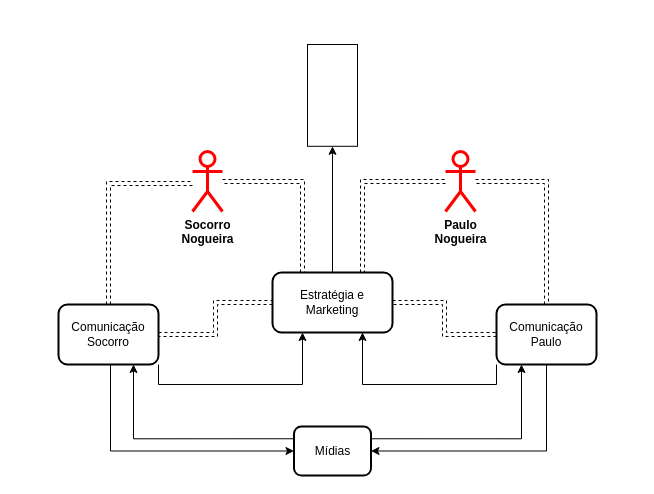
marcusgoms/aprendendo-python keeps this draw.io diagram as Diagrama sem nome.drawio. Above is the earlier version. Source tidied: cells renumbered, new cells numbered last; positions are measured from the earlier drawing's top-left corner, leaving out a move shared by most shapes. Both pictures are drawn from the tidied source at 100%, with x=0, y=0 at pixel (58, 44).
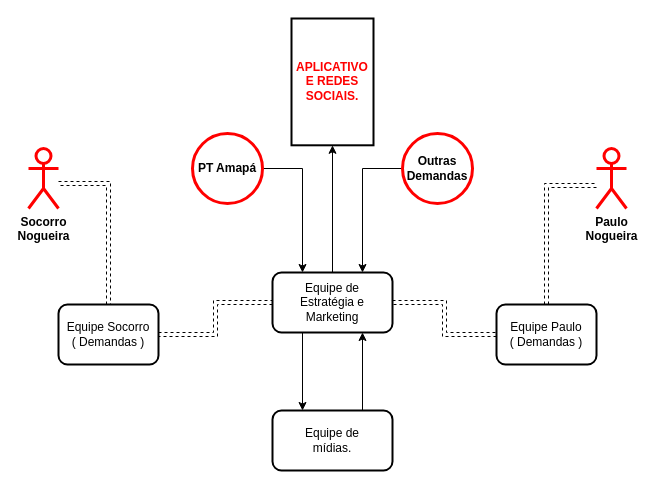
The same diagram, later.

What changed in the source:
```diff
@@
-    <mxCell id="2" style="edgeStyle=orthogonalEdgeStyle;rounded=0;jettySize=auto;html=1;entryX=0.25;entryY=0;entryDx=0;entryDy=0;shape=link;dashed=1;strokeWidth=1;" parent="1" edge="1" source="4" target="9">
-      <mxGeometry relative="1" as="geometry" />
-    </mxCell>
@@
     <mxCell id="4" value="&lt;b&gt;Socorro&lt;br&gt;Nogueira&lt;/b&gt;" style="shape=umlActor;verticalLabelPosition=bottom;verticalAlign=top;html=1;outlineConnect=0;strokeWidth=3;fillColor=none;strokeColor=#ff0000;" parent="1" vertex="1">
-      <mxGeometry x="134" y="107" width="30" height="60" as="geometry" />
+      <mxGeometry x="-30" y="104" width="30" height="60" as="geometry" />
     </mxCell>
-    <mxCell id="5" style="edgeStyle=orthogonalEdgeStyle;rounded=0;jettySize=auto;html=1;entryX=0.75;entryY=0;entryDx=0;entryDy=0;dashed=1;shape=link;strokeWidth=1;" parent="1" edge="1" source="7" target="9">
-      <mxGeometry relative="1" as="geometry" />
-    </mxCell>
     <mxCell id="6" style="edgeStyle=orthogonalEdgeStyle;rounded=0;jettySize=auto;html=1;dashed=1;strokeWidth=1;shape=link;" parent="1" edge="1" source="7" target="13">
-      <mxGeometry relative="1" as="geometry" />
+      <mxGeometry relative="1" as="geometry">
+        <Array as="points">
+          <mxPoint x="488" y="141" />
+        </Array>
+      </mxGeometry>
     </mxCell>
     <mxCell id="7" value="&lt;b&gt;Paulo&lt;br&gt;Nogueira&lt;/b&gt;" style="shape=umlActor;verticalLabelPosition=bottom;verticalAlign=top;html=1;outlineConnect=0;strokeWidth=3;fillColor=none;strokeColor=#ff0000;" parent="1" vertex="1">
-      <mxGeometry x="387" y="107" width="30" height="60" as="geometry" />
+      <mxGeometry x="538" y="104" width="30" height="60" as="geometry" />
     </mxCell>
@@
+    <mxCell id="22" style="edgeStyle=orthogonalEdgeStyle;rounded=0;jettySize=auto;html=1;exitX=0.25;exitY=1;exitDx=0;exitDy=0;entryX=0.25;entryY=0;entryDx=0;entryDy=0;" parent="1" edge="1" source="9" target="24">
+      <mxGeometry relative="1" as="geometry" />
+    </mxCell>
-    <mxCell id="9" value="Estratégia e Marketing" style="rounded=1;whiteSpace=wrap;html=1;strokeWidth=2;" parent="1" vertex="1">
+    <mxCell id="9" value="Equipe de &lt;br&gt;Estratégia e Marketing" style="rounded=1;whiteSpace=wrap;html=1;strokeWidth=2;" parent="1" vertex="1">
       <mxGeometry x="214" y="228" width="120" height="60" as="geometry" />
     </mxCell>
@@
-    <mxCell id="11" style="edgeStyle=orthogonalEdgeStyle;rounded=0;jettySize=auto;html=1;entryX=1;entryY=0.5;entryDx=0;entryDy=0;exitX=0.5;exitY=1;exitDx=0;exitDy=0;strokeWidth=1;" parent="1" edge="1" source="13" target="20">
-      <mxGeometry relative="1" as="geometry" />
-    </mxCell>
-    <mxCell id="12" style="edgeStyle=orthogonalEdgeStyle;rounded=0;jettySize=auto;html=1;exitX=0;exitY=1;exitDx=0;exitDy=0;entryX=0.75;entryY=1;entryDx=0;entryDy=0;" parent="1" edge="1" source="13" target="9">
-      <mxGeometry relative="1" as="geometry" />
-    </mxCell>
-    <mxCell id="13" value="Comunicação Paulo" style="rounded=1;whiteSpace=wrap;html=1;strokeWidth=2;" parent="1" vertex="1">
+    <mxCell id="13" value="Equipe Paulo&lt;br&gt;( Demandas )" style="rounded=1;whiteSpace=wrap;html=1;strokeWidth=2;" parent="1" vertex="1">
       <mxGeometry x="438" y="260" width="100" height="60" as="geometry" />
     </mxCell>
@@
-    <mxCell id="15" style="edgeStyle=orthogonalEdgeStyle;rounded=0;jettySize=auto;html=1;entryX=0;entryY=0.5;entryDx=0;entryDy=0;strokeWidth=1;" parent="1" edge="1" source="17" target="20">
-      <mxGeometry relative="1" as="geometry">
-        <Array as="points">
-          <mxPoint x="52" y="407" />
-        </Array>
-      </mxGeometry>
-    </mxCell>
-    <mxCell id="16" style="edgeStyle=orthogonalEdgeStyle;rounded=0;jettySize=auto;html=1;exitX=1;exitY=1;exitDx=0;exitDy=0;entryX=0.25;entryY=1;entryDx=0;entryDy=0;" parent="1" edge="1" source="17" target="9">
-      <mxGeometry relative="1" as="geometry" />
-    </mxCell>
-    <mxCell id="17" value="Comunicação Socorro" style="rounded=1;whiteSpace=wrap;html=1;strokeWidth=2;" parent="1" vertex="1">
+    <mxCell id="17" value="Equipe Socorro&lt;br&gt;( Demandas )" style="rounded=1;whiteSpace=wrap;html=1;strokeWidth=2;" parent="1" vertex="1">
       <mxGeometry y="260" width="100" height="60" as="geometry" />
     </mxCell>
-    <mxCell id="18" style="edgeStyle=orthogonalEdgeStyle;rounded=0;jettySize=auto;html=1;exitX=1;exitY=0.25;exitDx=0;exitDy=0;entryX=0.25;entryY=1;entryDx=0;entryDy=0;strokeWidth=1;" parent="1" edge="1" source="20" target="13">
-      <mxGeometry relative="1" as="geometry" />
-    </mxCell>
-    <mxCell id="19" style="edgeStyle=orthogonalEdgeStyle;rounded=0;jettySize=auto;html=1;exitX=0;exitY=0.25;exitDx=0;exitDy=0;entryX=0.75;entryY=1;entryDx=0;entryDy=0;strokeWidth=1;" parent="1" edge="1" source="20" target="17">
-      <mxGeometry relative="1" as="geometry" />
-    </mxCell>
-    <mxCell id="20" value="Mídias" style="rounded=1;whiteSpace=wrap;html=1;strokeWidth=2;" parent="1" vertex="1">
-      <mxGeometry x="235.5" y="382" width="77" height="49" as="geometry" />
-    </mxCell>
-    <mxCell id="21" style="rounded=0;whiteSpace=wrap;html=1;" parent="1" vertex="1">
-      <mxGeometry x="249" width="50" height="101.8" as="geometry" />
+    <mxCell id="21" value="&lt;b&gt;&lt;font color=&quot;#ff0000&quot;&gt;APLICATIVO E REDES SOCIAIS.&lt;/font&gt;&lt;/b&gt;" style="rounded=0;whiteSpace=wrap;html=1;strokeWidth=2;strokeColor=#000000;" parent="1" vertex="1">
+      <mxGeometry x="233" y="-26" width="82" height="126.8" as="geometry" />
     </mxCell>
+    <mxCell id="23" style="edgeStyle=orthogonalEdgeStyle;rounded=0;jettySize=auto;html=1;exitX=0.75;exitY=0;exitDx=0;exitDy=0;entryX=0.75;entryY=1;entryDx=0;entryDy=0;" parent="1" edge="1" source="24" target="9">
+      <mxGeometry relative="1" as="geometry" />
+    </mxCell>
+    <mxCell id="24" value="Equipe de&lt;br&gt;mídias." style="rounded=1;whiteSpace=wrap;html=1;strokeWidth=2;" parent="1" vertex="1">
+      <mxGeometry x="214" y="366" width="120" height="60" as="geometry" />
+    </mxCell>
+    <mxCell id="25" style="edgeStyle=orthogonalEdgeStyle;rounded=0;jettySize=auto;html=1;entryX=0.25;entryY=0;entryDx=0;entryDy=0;" parent="1" edge="1" source="26" target="9">
+      <mxGeometry relative="1" as="geometry" />
+    </mxCell>
+    <mxCell id="26" value="PT Amapá" style="ellipse;whiteSpace=wrap;html=1;strokeWidth=3;fillColor=none;strokeColor=#ff0000;fontStyle=1;" parent="1" vertex="1">
+      <mxGeometry x="134" y="89" width="70" height="70" as="geometry" />
+    </mxCell>
+    <mxCell id="27" style="edgeStyle=orthogonalEdgeStyle;rounded=0;jettySize=auto;html=1;entryX=0.75;entryY=0;entryDx=0;entryDy=0;" parent="1" edge="1" source="28" target="9">
+      <mxGeometry relative="1" as="geometry" />
+    </mxCell>
+    <mxCell id="28" value="Outras Demandas" style="ellipse;whiteSpace=wrap;html=1;strokeWidth=3;fillColor=none;strokeColor=#ff0000;fontStyle=1;" parent="1" vertex="1">
+      <mxGeometry x="344" y="89" width="70" height="70" as="geometry" />
+    </mxCell>
```
